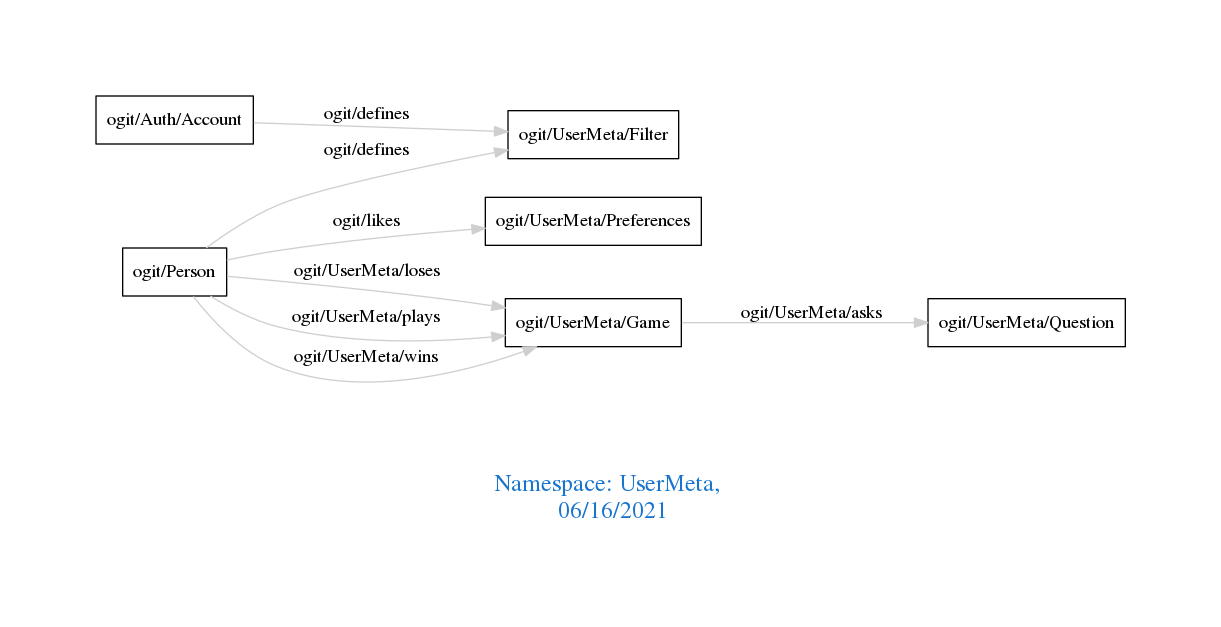
The Graphviz diagram downloads/UserMeta.png in arago/OGIT, before a commit. Its source is kept beside it as downloads/UserMeta.dot.
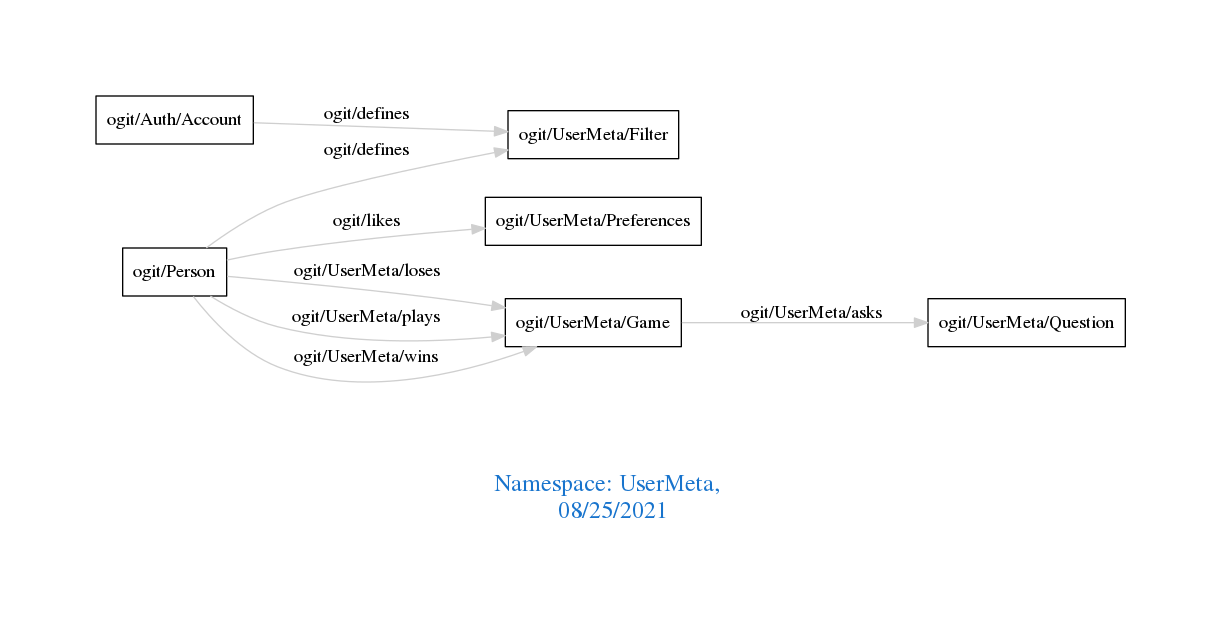
After the change.

What changed in the source:
```diff
@@ -1,7 +1,7 @@
 digraph OGIT_ontology {
  graph [ rankdir= LR,pad=1
 fontsize = 18,
-fontcolor= dodgerblue3,label = "\n\n\nNamespace: UserMeta, \n 06/16/2021"];
+fontcolor= dodgerblue3,label = "\n\n\nNamespace: UserMeta, \n 08/25/2021"];
 node[shape=polygon];
 edge [  color="gray81"];
 
```
